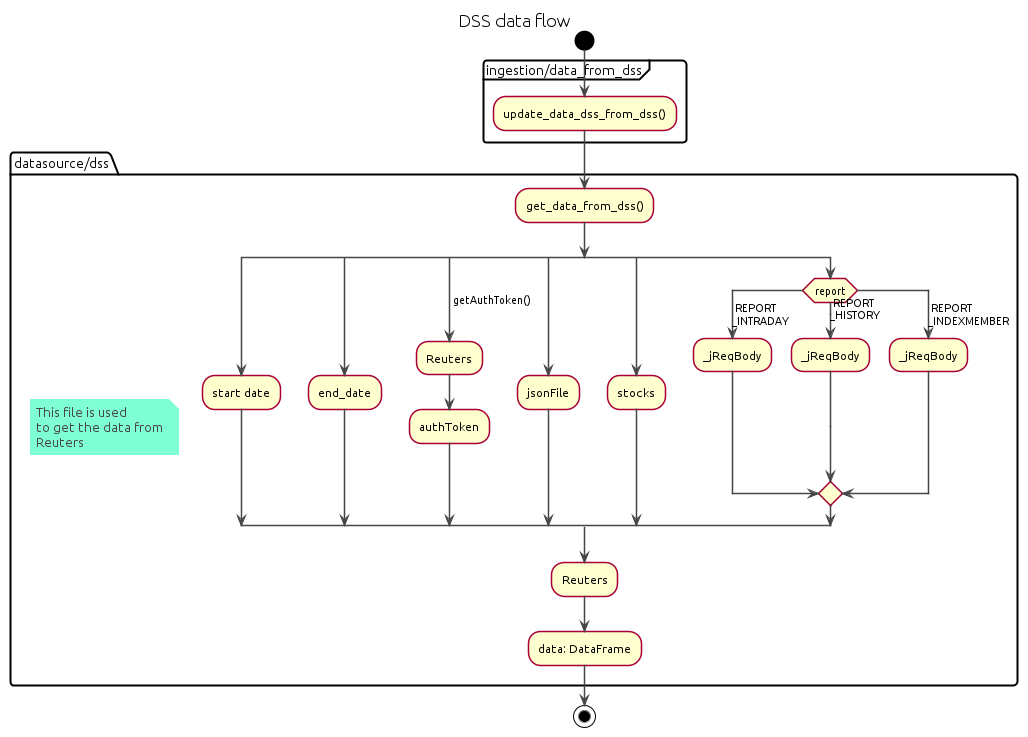
Above: docs/diagrams/dss_flow/dss.png in asklora/DROID_V2.1 (PlantUML), before the change.
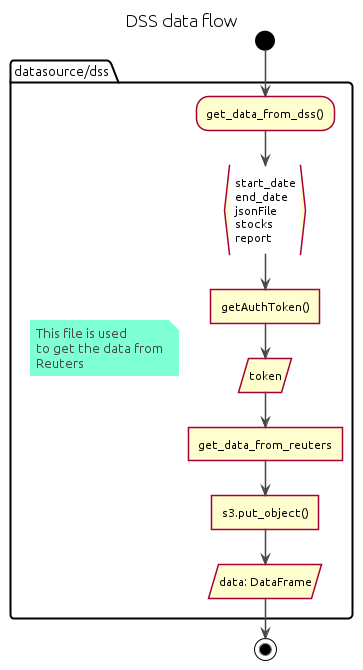
The same file after the commit.

The edit, as a diff of the source:
```diff
@@ -12,39 +12,21 @@
 
 start
 
-partition "ingestion/data_from_dss" {
-    :update_data_dss_from_dss();
-}
-
 package "datasource/dss" {
     floating note: This file is used\nto get the data from\nReuters
     :get_data_from_dss();
 
-    split
-        :start date;
-    split again
-        :end_date;
-    split again
-        ->getAuthToken();
-        :Reuters;
-        :authToken;
-    split again
-        :jsonFile;
-    split again
-        :stocks;
-    split again
-        switch (report)
-        case ( REPORT\n_INTRADAY )
-        :_jReqBody;
-        case ( REPORT\n_HISTORY )
-        :_jReqBody;
-        case ( REPORT\n_INDEXMEMBER )
-        :_jReqBody;
-        endswitch
-    endsplit
+    :start_date\nend_date\njsonFile\nstocks\nreport}
 
-    :Reuters;
-    :data: DataFrame;
+    :getAuthToken()]
+
+    :token/
+
+    :get_data_from_reuters]
+
+    :s3.put_object()]
+
+    :data: DataFrame/
 }
 
 stop
```
